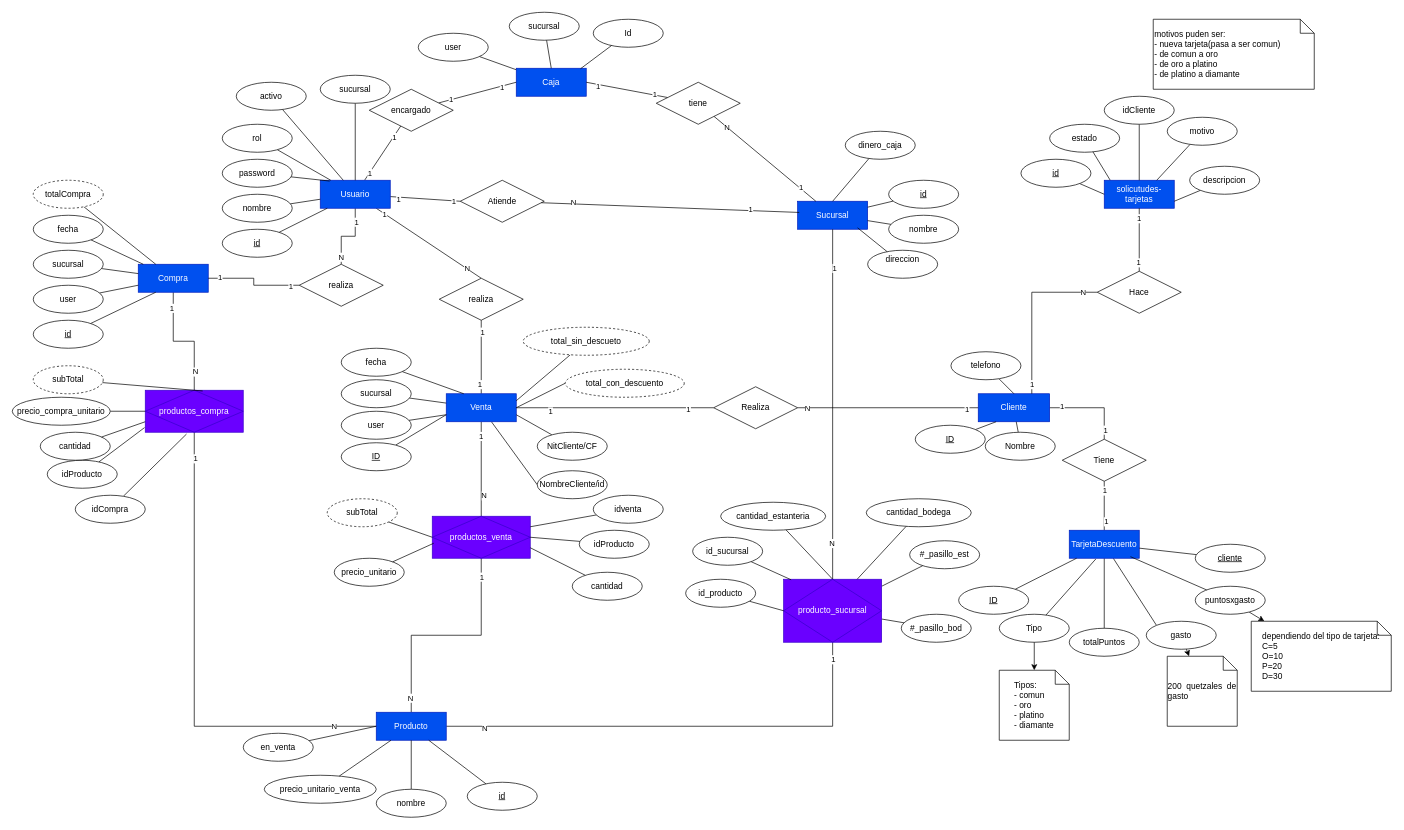
This is ManualTecnico/Entidad_Relacion.drawio from EilerGomez/GamerProXela_ArchivosSS2024, a draw.io file, before an edit. Source tidied: cells renumbered, new cells numbered last; positions are measured from the earlier drawing's top-left corner, leaving out a move shared by most shapes. Both pictures are drawn from the tidied source at 70%, with x=0, y=0 at pixel (12, 12).
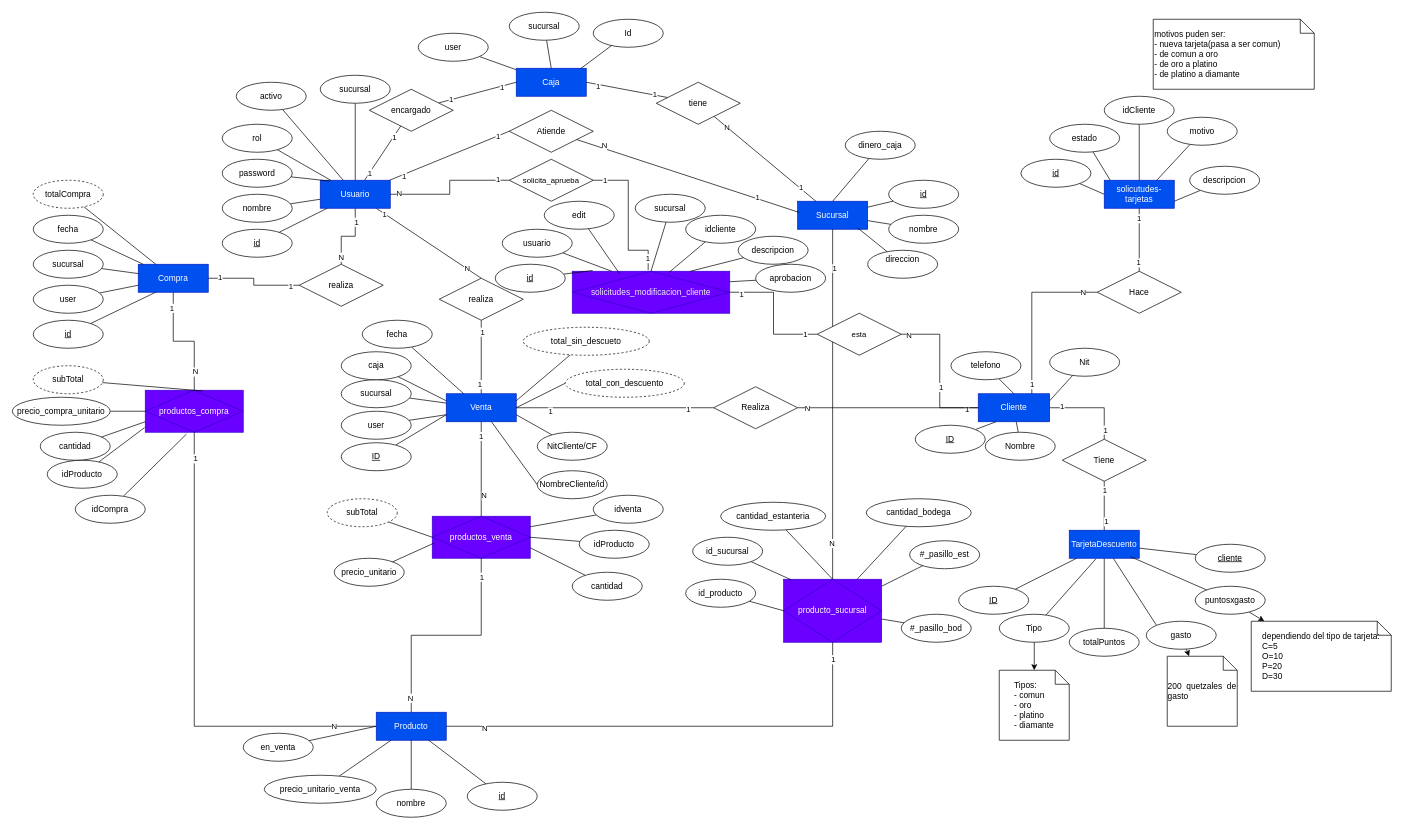
The same page after the edit.

The change refers to these unchanged cells:
```xml
<mxCell id="15" value="Usuario" style="whiteSpace=wrap;html=1;align=center;fillColor=#0050ef;strokeColor=#001DBC;fontColor=#ffffff;" parent="1" vertex="1">
  <mxGeometry x="440" y="240" width="100" height="40" as="geometry" />
</mxCell>
<mxCell id="122" value="Venta" style="whiteSpace=wrap;html=1;align=center;fillColor=#0050ef;strokeColor=#001DBC;fontColor=#ffffff;" parent="1" vertex="1">
  <mxGeometry x="620" y="545" width="100" height="40" as="geometry" />
</mxCell>
<mxCell id="155" value="Cliente" style="whiteSpace=wrap;html=1;align=center;fillColor=#0050ef;fontColor=#ffffff;strokeColor=#001DBC;" parent="1" vertex="1">
  <mxGeometry x="1380" y="545" width="102" height="40" as="geometry" />
</mxCell>
```

What changed in the source:
```diff
@@
     <mxCell id="63" value="Atiende" style="shape=rhombus;perimeter=rhombusPerimeter;whiteSpace=wrap;html=1;align=center;" parent="1" vertex="1">
-      <mxGeometry x="640" y="240" width="120" height="60" as="geometry" />
+      <mxGeometry x="710" y="140" width="120" height="60" as="geometry" />
     </mxCell>
@@
     <mxCell id="130" value="fecha" style="ellipse;whiteSpace=wrap;html=1;align=center;" parent="1" vertex="1">
-      <mxGeometry x="470" y="480" width="100" height="40" as="geometry" />
+      <mxGeometry x="500" y="440" width="100" height="40" as="geometry" />
     </mxCell>
@@
+    <mxCell id="216" style="rounded=0;jettySize=auto;html=1;entryX=0;entryY=0.25;entryDx=0;entryDy=0;endArrow=none;endFill=0;" parent="1" edge="1" source="217" target="122">
+      <mxGeometry relative="1" as="geometry" />
+    </mxCell>
+    <mxCell id="217" value="caja" style="ellipse;whiteSpace=wrap;html=1;align=center;" parent="1" vertex="1">
+      <mxGeometry x="470" y="485" width="100" height="40" as="geometry" />
+    </mxCell>
+    <mxCell id="218" style="rounded=0;jettySize=auto;html=1;entryX=1;entryY=0.25;entryDx=0;entryDy=0;endArrow=none;endFill=0;" parent="1" edge="1" source="219" target="155">
+      <mxGeometry relative="1" as="geometry" />
+    </mxCell>
+    <mxCell id="219" value="Nit" style="ellipse;whiteSpace=wrap;html=1;align=center;" parent="1" vertex="1">
+      <mxGeometry x="1482" y="480" width="100" height="40" as="geometry" />
+    </mxCell>
+    <mxCell id="220" style="edgeStyle=orthogonalEdgeStyle;shape=connector;rounded=0;jettySize=auto;html=1;entryX=0;entryY=0.5;entryDx=0;entryDy=0;strokeColor=default;align=center;verticalAlign=middle;fontFamily=Helvetica;fontSize=11;fontColor=default;labelBackgroundColor=default;endArrow=none;endFill=0;" parent="1" edge="1" source="223" target="237">
+      <mxGeometry relative="1" as="geometry" />
+    </mxCell>
+    <mxCell id="221" value="1" style="edgeLabel;html=1;align=center;verticalAlign=middle;fontFamily=Helvetica;fontSize=11;fontColor=default;labelBackgroundColor=default;" parent="220" vertex="1">
+      <mxGeometry x="-0.83" y="-2" relative="1" as="geometry" />
+    </mxCell>
+    <mxCell id="222" value="1" style="edgeLabel;html=1;align=center;verticalAlign=middle;fontFamily=Helvetica;fontSize=11;fontColor=default;labelBackgroundColor=default;" parent="220" vertex="1">
+      <mxGeometry x="0.81" y="1" relative="1" as="geometry" />
+    </mxCell>
+    <mxCell id="223" value="&lt;span style=&quot;color: rgb(240, 240, 240);&quot;&gt;solicitudes_modificacion_cliente&lt;/span&gt;" style="shape=associativeEntity;whiteSpace=wrap;html=1;align=center;fillColor=#6a00ff;fontColor=#ffffff;strokeColor=#3700CC;" parent="1" vertex="1">
+      <mxGeometry x="800" y="370" width="225" height="60" as="geometry" />
+    </mxCell>
+    <mxCell id="224" style="rounded=0;jettySize=auto;html=1;entryX=0.129;entryY=-0.017;entryDx=0;entryDy=0;endArrow=none;endFill=0;entryPerimeter=0;" parent="1" edge="1" source="225" target="223">
+      <mxGeometry relative="1" as="geometry" />
+    </mxCell>
+    <mxCell id="225" value="id" style="ellipse;whiteSpace=wrap;html=1;align=center;fontStyle=4;" parent="1" vertex="1">
+      <mxGeometry x="690" y="360" width="100" height="40" as="geometry" />
+    </mxCell>
+    <mxCell id="226" style="edgeStyle=none;shape=connector;rounded=0;jettySize=auto;html=1;entryX=0.25;entryY=0;entryDx=0;entryDy=0;strokeColor=default;align=center;verticalAlign=middle;fontFamily=Helvetica;fontSize=11;fontColor=default;labelBackgroundColor=default;endArrow=none;endFill=0;" parent="1" edge="1" source="227" target="223">
+      <mxGeometry relative="1" as="geometry" />
+    </mxCell>
+    <mxCell id="227" value="usuario" style="ellipse;whiteSpace=wrap;html=1;align=center;" parent="1" vertex="1">
+      <mxGeometry x="700" y="310" width="100" height="40" as="geometry" />
+    </mxCell>
+    <mxCell id="228" style="edgeStyle=none;shape=connector;rounded=0;jettySize=auto;html=1;entryX=0.5;entryY=0;entryDx=0;entryDy=0;strokeColor=default;align=center;verticalAlign=middle;fontFamily=Helvetica;fontSize=11;fontColor=default;labelBackgroundColor=default;endArrow=none;endFill=0;" parent="1" edge="1" source="229" target="223">
+      <mxGeometry relative="1" as="geometry" />
+    </mxCell>
+    <mxCell id="229" value="sucursal" style="ellipse;whiteSpace=wrap;html=1;align=center;" parent="1" vertex="1">
+      <mxGeometry x="890" y="260" width="100" height="40" as="geometry" />
+    </mxCell>
+    <mxCell id="230" style="edgeStyle=none;shape=connector;rounded=0;jettySize=auto;html=1;entryX=0.613;entryY=0.033;entryDx=0;entryDy=0;strokeColor=default;align=center;verticalAlign=middle;fontFamily=Helvetica;fontSize=11;fontColor=default;labelBackgroundColor=default;endArrow=none;endFill=0;entryPerimeter=0;" parent="1" edge="1" source="231" target="223">
+      <mxGeometry relative="1" as="geometry" />
+    </mxCell>
+    <mxCell id="231" value="idcliente" style="ellipse;whiteSpace=wrap;html=1;align=center;" parent="1" vertex="1">
+      <mxGeometry x="962" y="290" width="100" height="40" as="geometry" />
+    </mxCell>
+    <mxCell id="232" style="edgeStyle=none;shape=connector;rounded=0;jettySize=auto;html=1;entryX=0.75;entryY=0;entryDx=0;entryDy=0;strokeColor=default;align=center;verticalAlign=middle;fontFamily=Helvetica;fontSize=11;fontColor=default;labelBackgroundColor=default;endArrow=none;endFill=0;" parent="1" edge="1" source="233" target="223">
+      <mxGeometry relative="1" as="geometry" />
+    </mxCell>
+    <mxCell id="233" value="descripcion" style="ellipse;whiteSpace=wrap;html=1;align=center;" parent="1" vertex="1">
+      <mxGeometry x="1037" y="320" width="100" height="40" as="geometry" />
+    </mxCell>
+    <mxCell id="234" style="shape=connector;rounded=0;jettySize=auto;html=1;entryX=0;entryY=0.5;entryDx=0;entryDy=0;strokeColor=default;align=center;verticalAlign=middle;fontFamily=Helvetica;fontSize=11;fontColor=default;labelBackgroundColor=default;endArrow=none;endFill=0;edgeStyle=orthogonalEdgeStyle;" parent="1" edge="1" source="237" target="155">
+      <mxGeometry relative="1" as="geometry" />
+    </mxCell>
+    <mxCell id="235" value="1" style="edgeLabel;html=1;align=center;verticalAlign=middle;fontFamily=Helvetica;fontSize=11;fontColor=default;labelBackgroundColor=default;" parent="234" vertex="1">
+      <mxGeometry x="0.21" y="1" relative="1" as="geometry" />
+    </mxCell>
+    <mxCell id="236" value="N" style="edgeLabel;html=1;align=center;verticalAlign=middle;fontFamily=Helvetica;fontSize=11;fontColor=default;labelBackgroundColor=default;" parent="234" vertex="1">
+      <mxGeometry x="-0.91" y="-1" relative="1" as="geometry" />
+    </mxCell>
+    <mxCell id="237" value="esta" style="shape=rhombus;perimeter=rhombusPerimeter;whiteSpace=wrap;html=1;align=center;fontFamily=Helvetica;fontSize=11;fontColor=default;labelBackgroundColor=default;" parent="1" vertex="1">
+      <mxGeometry x="1150" y="430" width="120" height="60" as="geometry" />
+    </mxCell>
+    <mxCell id="238" style="edgeStyle=orthogonalEdgeStyle;shape=connector;rounded=0;jettySize=auto;html=1;strokeColor=default;align=center;verticalAlign=middle;fontFamily=Helvetica;fontSize=11;fontColor=default;labelBackgroundColor=default;endArrow=none;endFill=0;" parent="1" edge="1" source="241" target="15">
+      <mxGeometry relative="1" as="geometry" />
+    </mxCell>
+    <mxCell id="239" value="N" style="edgeLabel;html=1;align=center;verticalAlign=middle;fontFamily=Helvetica;fontSize=11;fontColor=default;labelBackgroundColor=default;" parent="238" vertex="1">
+      <mxGeometry x="0.87" y="-2" relative="1" as="geometry" />
+    </mxCell>
+    <mxCell id="240" value="1" style="edgeLabel;html=1;align=center;verticalAlign=middle;fontFamily=Helvetica;fontSize=11;fontColor=default;labelBackgroundColor=default;" parent="238" vertex="1">
+      <mxGeometry x="-0.82" y="-2" relative="1" as="geometry" />
+    </mxCell>
+    <mxCell id="241" value="solicita_aprueba" style="shape=rhombus;perimeter=rhombusPerimeter;whiteSpace=wrap;html=1;align=center;fontFamily=Helvetica;fontSize=11;fontColor=default;labelBackgroundColor=default;" parent="1" vertex="1">
+      <mxGeometry x="710" y="210" width="120" height="60" as="geometry" />
+    </mxCell>
+    <mxCell id="242" style="edgeStyle=orthogonalEdgeStyle;shape=connector;rounded=0;jettySize=auto;html=1;entryX=0.482;entryY=-0.026;entryDx=0;entryDy=0;entryPerimeter=0;strokeColor=default;align=center;verticalAlign=middle;fontFamily=Helvetica;fontSize=11;fontColor=default;labelBackgroundColor=default;endArrow=none;endFill=0;" parent="1" edge="1" source="241" target="223">
+      <mxGeometry relative="1" as="geometry">
+        <Array as="points">
+          <mxPoint x="880" y="240" />
+          <mxPoint x="880" y="340" />
+          <mxPoint x="908" y="340" />
+        </Array>
+      </mxGeometry>
+    </mxCell>
+    <mxCell id="243" value="1" style="edgeLabel;html=1;align=center;verticalAlign=middle;fontFamily=Helvetica;fontSize=11;fontColor=default;labelBackgroundColor=default;" parent="242" vertex="1">
+      <mxGeometry x="0.84" y="-1" relative="1" as="geometry" />
+    </mxCell>
+    <mxCell id="244" value="1" style="edgeLabel;html=1;align=center;verticalAlign=middle;fontFamily=Helvetica;fontSize=11;fontColor=default;labelBackgroundColor=default;" parent="242" vertex="1">
+      <mxGeometry x="-0.85" relative="1" as="geometry" />
+    </mxCell>
+    <mxCell id="245" style="edgeStyle=none;shape=connector;rounded=0;jettySize=auto;html=1;entryX=1;entryY=0.25;entryDx=0;entryDy=0;strokeColor=default;align=center;verticalAlign=middle;fontFamily=Helvetica;fontSize=11;fontColor=default;labelBackgroundColor=default;endArrow=none;endFill=0;" parent="1" edge="1" source="246" target="223">
+      <mxGeometry relative="1" as="geometry" />
+    </mxCell>
+    <mxCell id="246" value="aprobacion" style="ellipse;whiteSpace=wrap;html=1;align=center;" parent="1" vertex="1">
+      <mxGeometry x="1062" y="360" width="100" height="40" as="geometry" />
+    </mxCell>
+    <mxCell id="247" value="edit" style="ellipse;whiteSpace=wrap;html=1;align=center;" parent="1" vertex="1">
+      <mxGeometry x="760" y="270" width="100" height="40" as="geometry" />
+    </mxCell>
+    <mxCell id="248" style="edgeStyle=none;shape=connector;rounded=0;jettySize=auto;html=1;entryX=0.302;entryY=0.067;entryDx=0;entryDy=0;entryPerimeter=0;strokeColor=default;align=center;verticalAlign=middle;fontFamily=Helvetica;fontSize=11;fontColor=default;labelBackgroundColor=default;endArrow=none;endFill=0;" parent="1" edge="1" source="247" target="223">
+      <mxGeometry relative="1" as="geometry" />
+    </mxCell>
```
